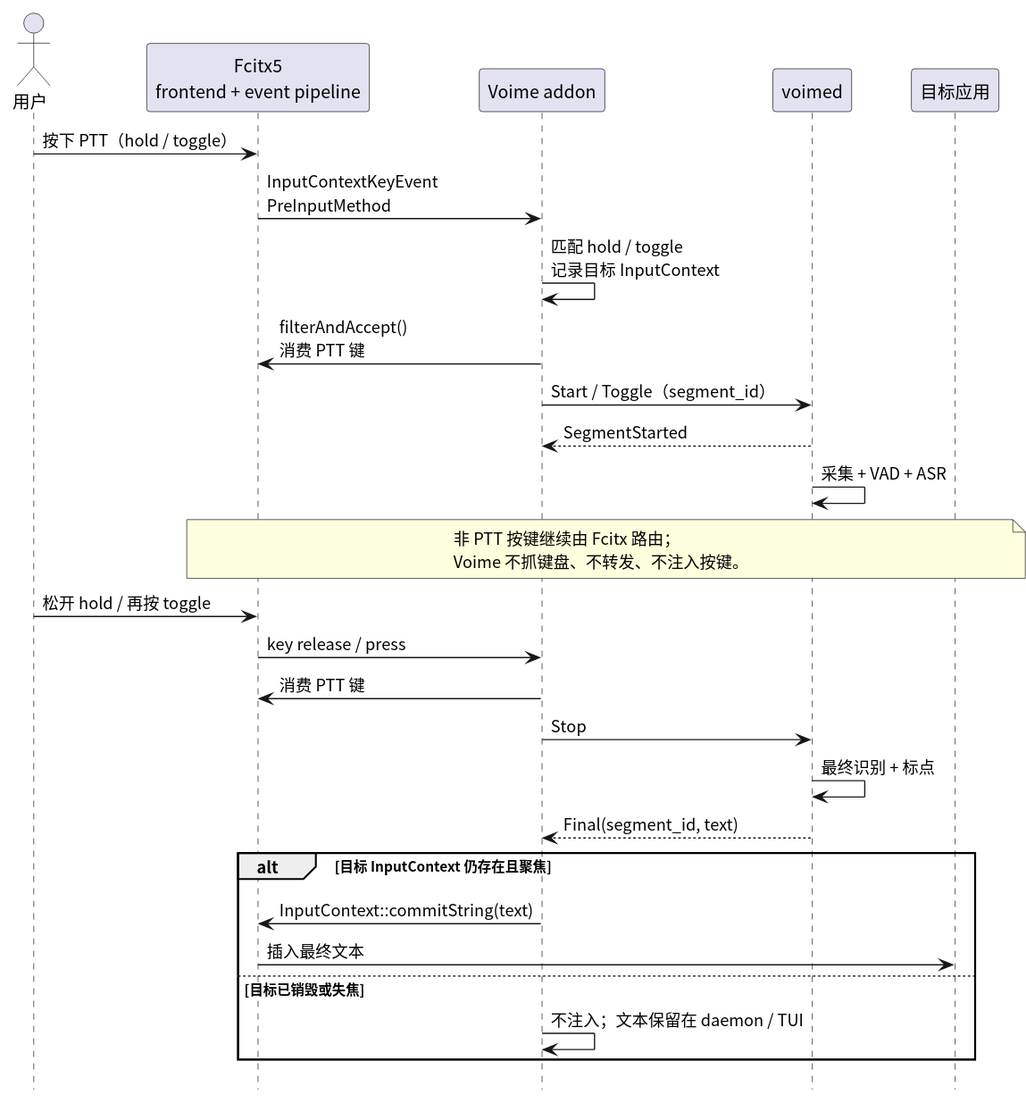
54m43lJ/voime keeps this PlantUML diagram as diagram/proposal-fcitx-hotkey.svg. Above is the earlier version.
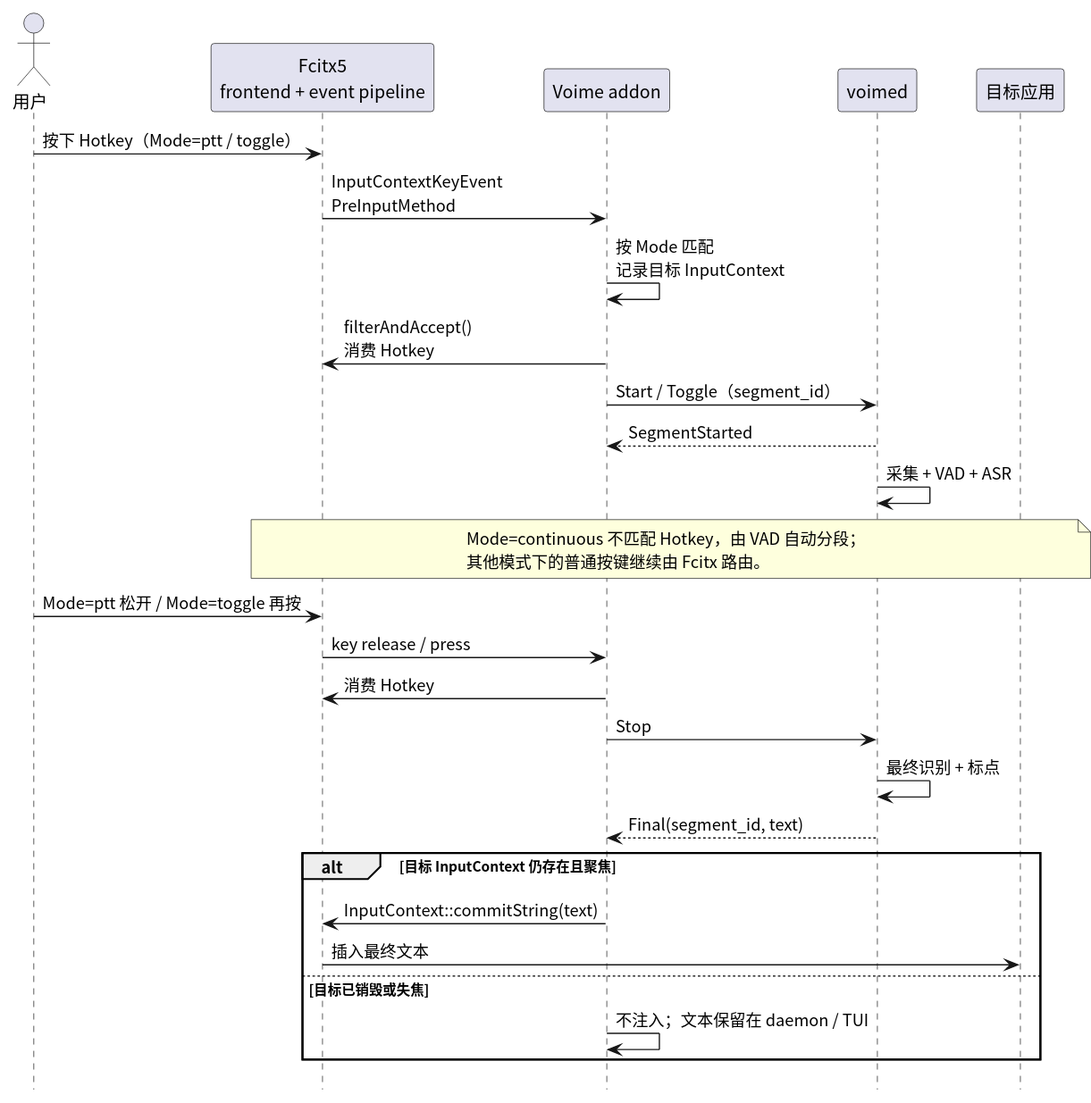
The same file after the commit.

Commit message:
docs: 明确模式、热键与 Fcitx 临时文本窗口

Diff of the diagram source:
```diff
@@ -9,22 +9,22 @@
 participant "voimed" as Daemon
 participant "目标应用" as App
 
-User -> Fcitx : 按下 PTT（hold / toggle）
+User -> Fcitx : 按下 Hotkey（Mode=ptt / toggle）
 Fcitx -> Addon : InputContextKeyEvent\nPreInputMethod
-Addon -> Addon : 匹配 hold / toggle\n记录目标 InputContext
-Addon -> Fcitx : filterAndAccept()\n消费 PTT 键
+Addon -> Addon : 按 Mode 匹配\n记录目标 InputContext
+Addon -> Fcitx : filterAndAccept()\n消费 Hotkey
 Addon -> Daemon : Start / Toggle（segment_id）
 Daemon --> Addon : SegmentStarted
 Daemon -> Daemon : 采集 + VAD + ASR
 
 note over Fcitx, App
-  非 PTT 按键继续由 Fcitx 路由；
-  Voime 不抓键盘、不转发、不注入按键。
+  Mode=continuous 不匹配 Hotkey，由 VAD 自动分段；
+  其他模式下的普通按键继续由 Fcitx 路由。
 end note
 
-User -> Fcitx : 松开 hold / 再按 toggle
+User -> Fcitx : Mode=ptt 松开 / Mode=toggle 再按
 Fcitx -> Addon : key release / press
-Addon -> Fcitx : 消费 PTT 键
+Addon -> Fcitx : 消费 Hotkey
 Addon -> Daemon : Stop
 Daemon -> Daemon : 最终识别 + 标点
 Daemon --> Addon : Final(segment_id, text)
```
